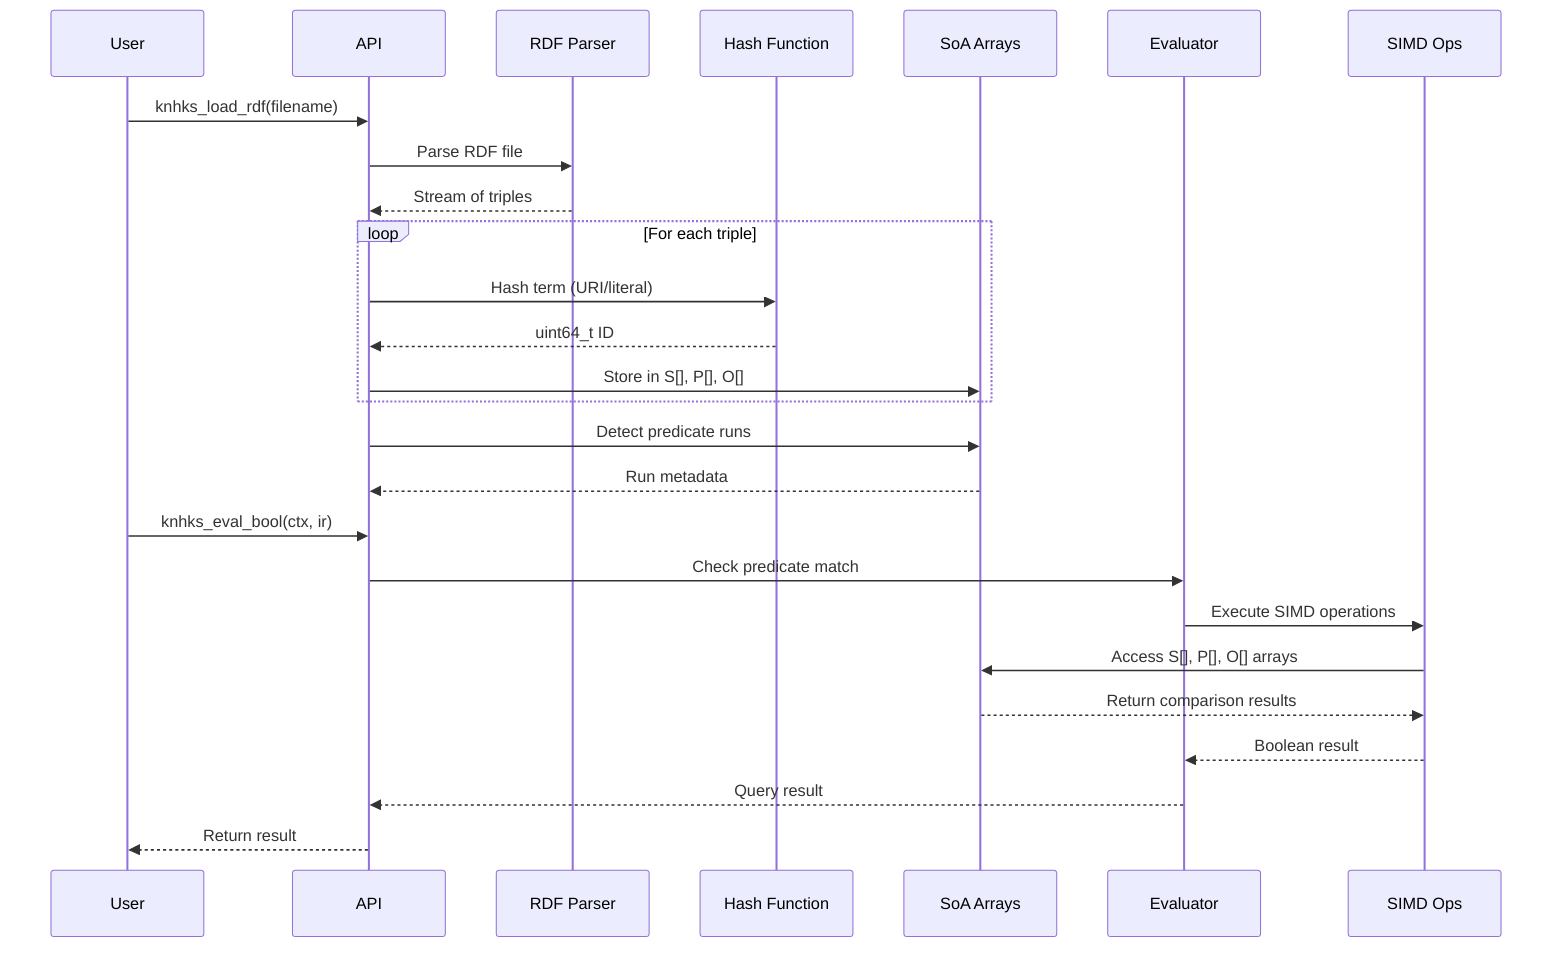
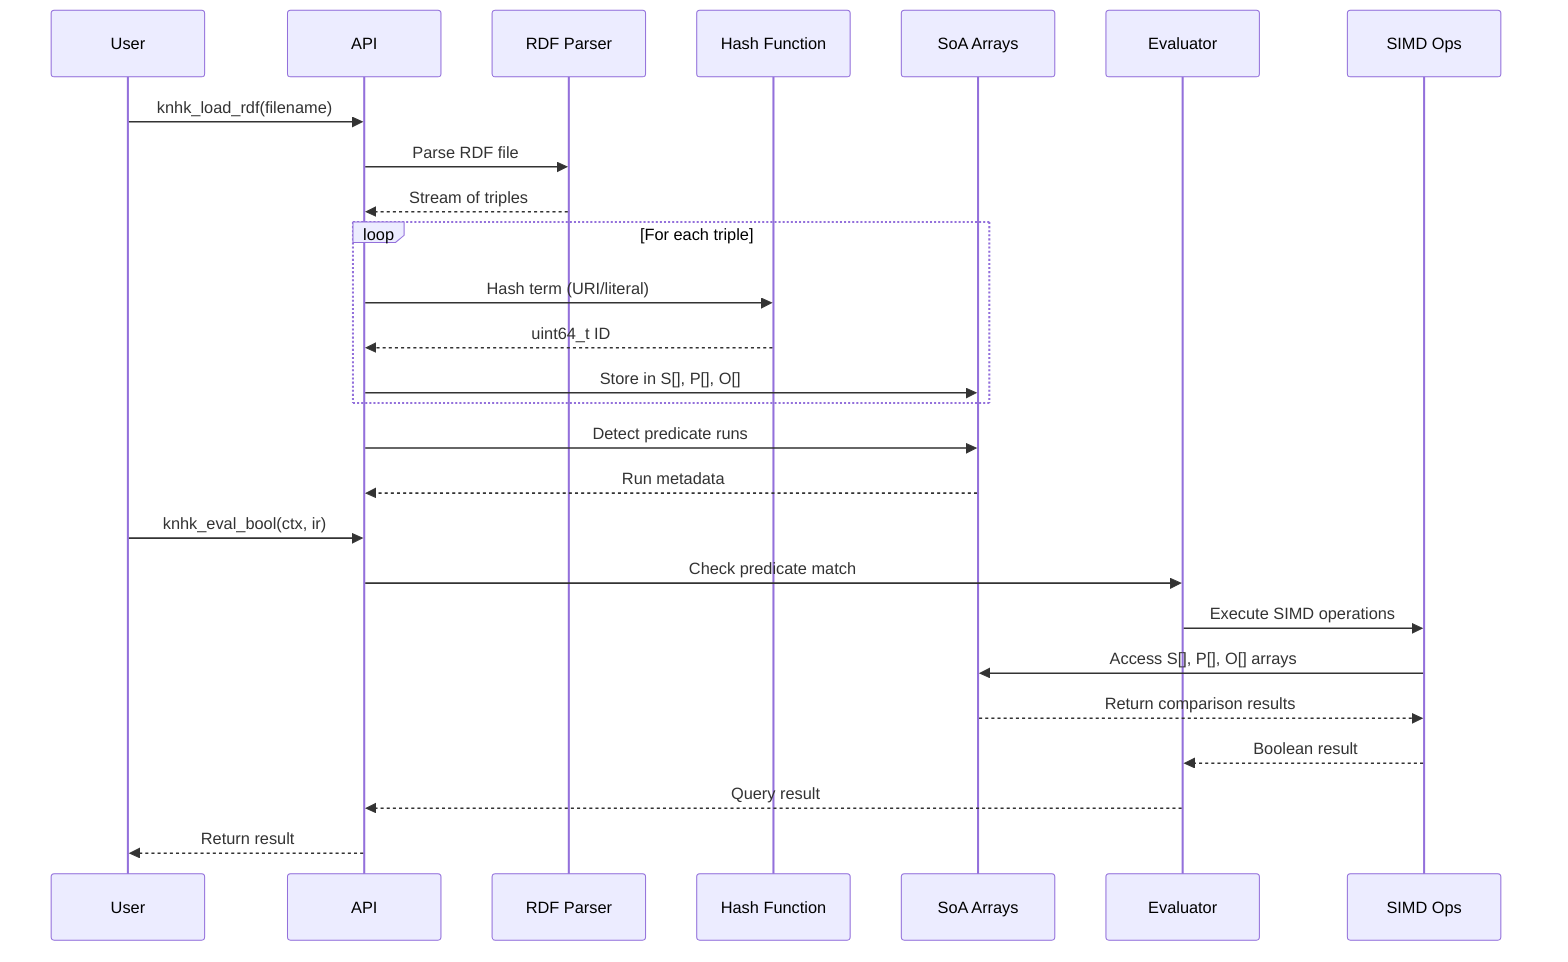
sequenceDiagram
    participant User
    participant API
    participant RDF as RDF Parser
    participant Hash as Hash Function
    participant SoA as SoA Arrays
    participant Eval as Evaluator
    participant SIMD as SIMD Ops

-     User->>API: knhks_load_rdf(filename)
+     User->>API: knhk_load_rdf(filename)
    API->>RDF: Parse RDF file
    RDF-->>API: Stream of triples

    loop For each triple
        API->>Hash: Hash term (URI/literal)
        Hash-->>API: uint64_t ID
        API->>SoA: Store in S[], P[], O[]
    end

    API->>SoA: Detect predicate runs
    SoA-->>API: Run metadata

-     User->>API: knhks_eval_bool(ctx, ir)
+     User->>API: knhk_eval_bool(ctx, ir)
    API->>Eval: Check predicate match
    Eval->>SIMD: Execute SIMD operations
    SIMD->>SoA: Access S[], P[], O[] arrays
    SoA-->>SIMD: Return comparison results
    SIMD-->>Eval: Boolean result
    Eval-->>API: Query result
    API-->>User: Return result

